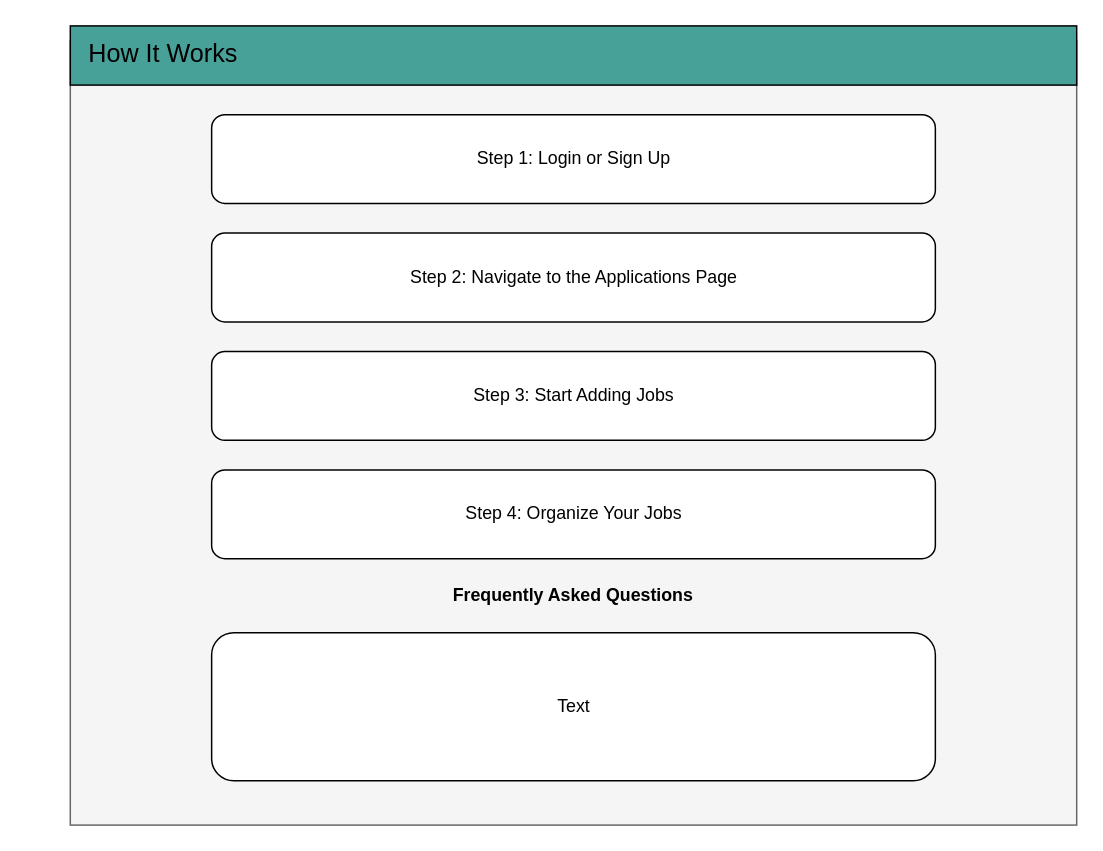
Earlier version of the draw.io diagram page "How It Works" (2 of 6) of Project_Homework/CFG JobFlow Diagram.drawio (irina-sheveliova/CFG-Job-tracker). Source tidied: cells renumbered, new cells numbered last; positions are measured from the earlier drawing's top-left corner, leaving out a move shared by most shapes. Both pictures are drawn from the tidied source at 148%, with x=0, y=0 at pixel (25, 25).
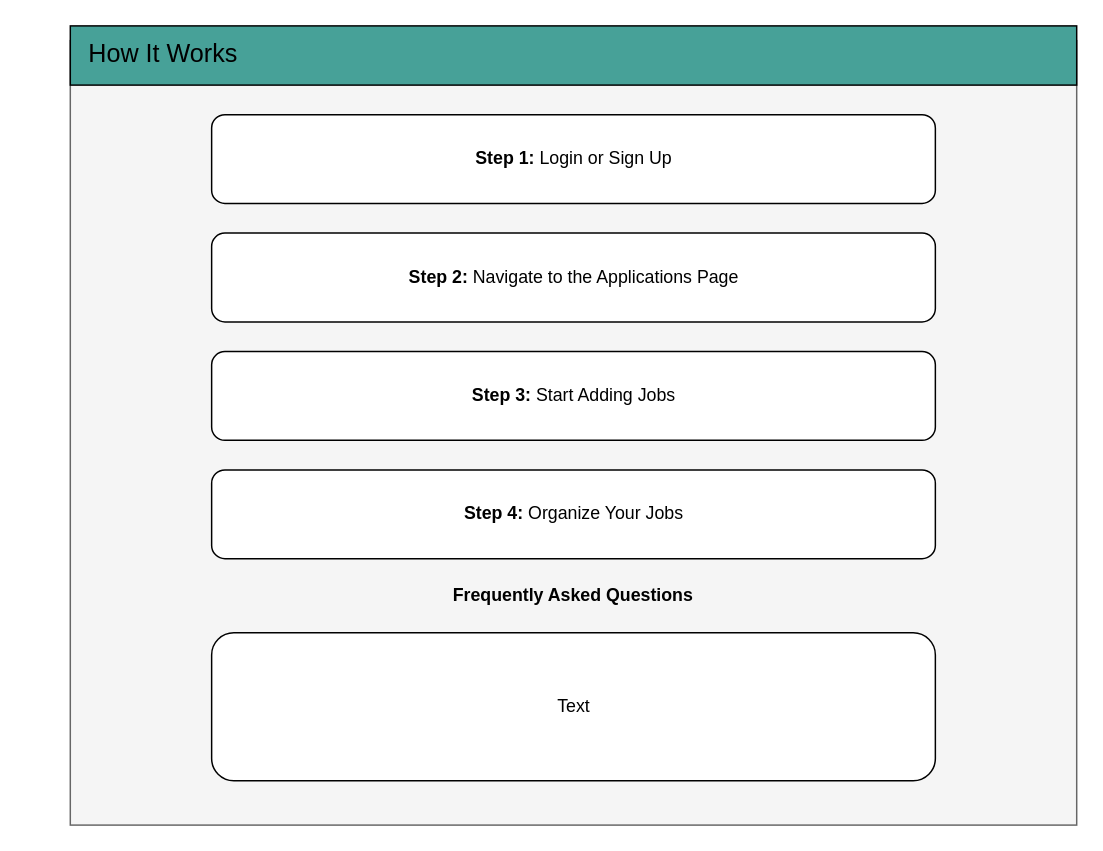
The same page after the edit.

What changed in the source:
```diff
@@
 <mxGraphModel>
   <root>
     <mxCell id="0" />
     <mxCell id="1" parent="0" />
     <mxCell id="2" style="rounded=0;whiteSpace=wrap;html=1;fillColor=#f5f5f5;fontColor=#333333;strokeColor=#666666;" parent="1" vertex="1">
       <mxGeometry x="30" y="10" width="680" height="530" as="geometry" />
     </mxCell>
-    <mxCell id="3" value="Step 1: Login or Sign Up" style="rounded=1;whiteSpace=wrap;html=1;" parent="1" vertex="1">
+    <mxCell id="3" value="&lt;b&gt;Step 1:&lt;/b&gt; Login or Sign Up" style="rounded=1;whiteSpace=wrap;html=1;" parent="1" vertex="1">
       <mxGeometry x="125.5" y="60" width="489" height="60" as="geometry" />
     </mxCell>
-    <mxCell id="4" value="Step 2: Navigate to the Applications Page" style="rounded=1;whiteSpace=wrap;html=1;" parent="1" vertex="1">
+    <mxCell id="4" value="&lt;b&gt;Step 2:&lt;/b&gt; Navigate to the Applications Page" style="rounded=1;whiteSpace=wrap;html=1;" parent="1" vertex="1">
       <mxGeometry x="125.5" y="140" width="489" height="60" as="geometry" />
     </mxCell>
     <mxCell id="5" style="rounded=0;whiteSpace=wrap;html=1;fillColor=#47A198;" parent="1" vertex="1">
       <mxGeometry x="30" width="680" height="40" as="geometry" />
     </mxCell>
     <mxCell id="6" value="&lt;font style=&quot;font-size: 17px;&quot;&gt;How It Works&lt;/font&gt;" style="text;html=1;strokeColor=none;fillColor=none;align=center;verticalAlign=middle;whiteSpace=wrap;rounded=0;" parent="1" vertex="1">
       <mxGeometry y="5" width="186" height="30" as="geometry" />
     </mxCell>
-    <mxCell id="7" value="Step 3: Start Adding Jobs" style="rounded=1;whiteSpace=wrap;html=1;" parent="1" vertex="1">
+    <mxCell id="7" value="&lt;b&gt;Step 3:&lt;/b&gt; Start Adding Jobs" style="rounded=1;whiteSpace=wrap;html=1;" parent="1" vertex="1">
       <mxGeometry x="125.5" y="220" width="489" height="60" as="geometry" />
     </mxCell>
-    <mxCell id="8" value="Step 4: Organize Your Jobs" style="rounded=1;whiteSpace=wrap;html=1;" parent="1" vertex="1">
+    <mxCell id="8" value="&lt;b&gt;Step 4:&lt;/b&gt; Organize Your Jobs" style="rounded=1;whiteSpace=wrap;html=1;" parent="1" vertex="1">
       <mxGeometry x="125.5" y="300" width="489" height="60" as="geometry" />
     </mxCell>
     <mxCell id="9" value="&lt;b&gt;Frequently Asked Questions&lt;/b&gt;" style="text;html=1;strokeColor=none;fillColor=none;align=center;verticalAlign=middle;whiteSpace=wrap;rounded=0;" parent="1" vertex="1">
       <mxGeometry x="245" y="370" width="250" height="30" as="geometry" />
     </mxCell>
     <mxCell id="10" value="Text" style="rounded=1;whiteSpace=wrap;html=1;" parent="1" vertex="1">
       <mxGeometry x="125.5" y="410" width="489" height="100" as="geometry" />
     </mxCell>
   </root>
 </mxGraphModel>
```
